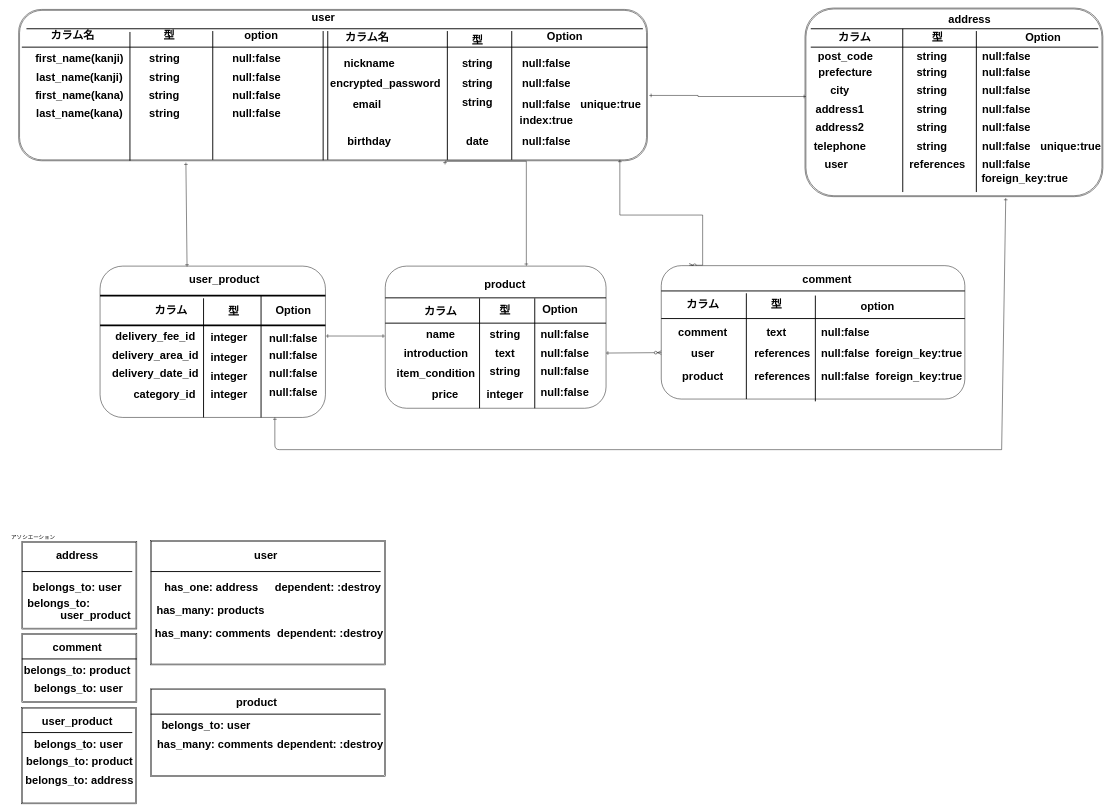
Before: test.dio in Kaneko-Yukihiro0117/furima-32413, a draw.io diagram. Source tidied: cells renumbered, new cells numbered last; positions are measured from the earlier drawing's top-left corner, leaving out a move shared by most shapes. Both pictures are drawn from the tidied source at 46%, with x=0, y=0 at pixel (8, 8).
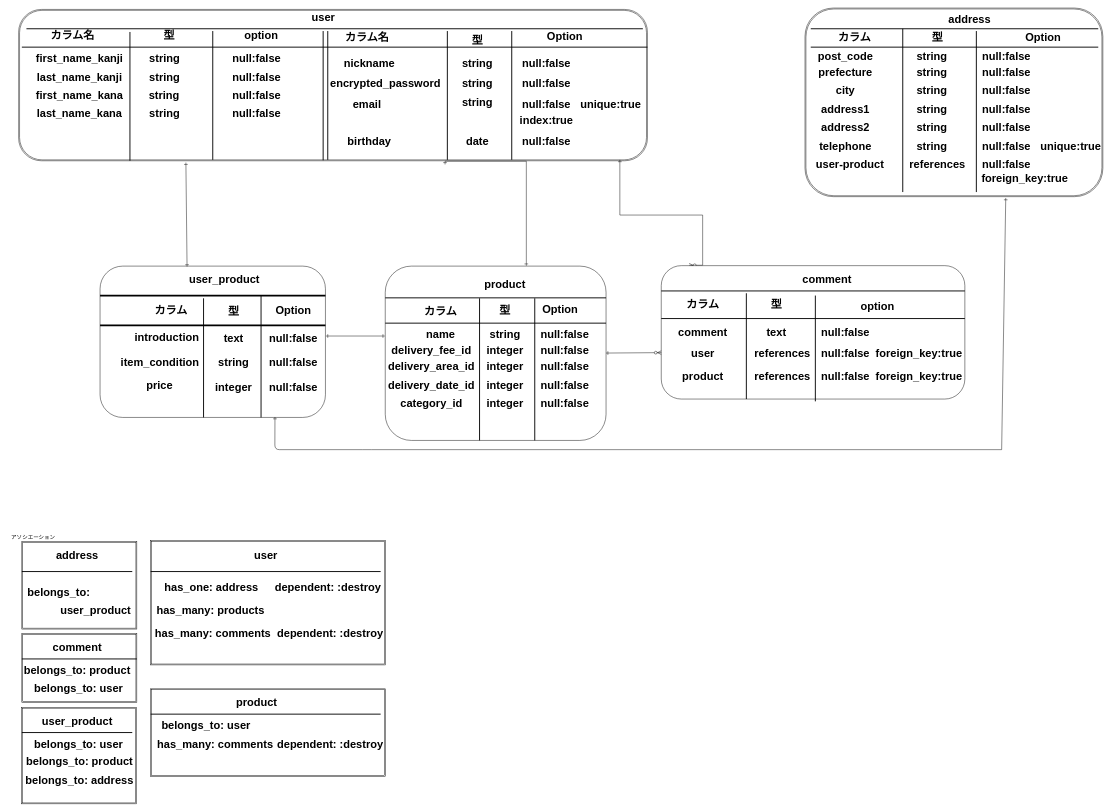
After the change.

The change refers to these unchanged cells:
```xml
<mxCell id="3" style="rounded=1;whiteSpace=wrap;html=1;" parent="1" vertex="1">
  <mxGeometry x="200" y="561" width="490" height="329" as="geometry" />
</mxCell>
<mxCell id="41" style="shape=ext;double=1;rounded=1;whiteSpace=wrap;html=1;" parent="1" vertex="1">
  <mxGeometry x="1732.5" width="647.5" height="410" as="geometry" />
</mxCell>
```

Diff of the diagram source:
```diff
@@
-    <mxCell id="7" value="first_name(kanji)" style="text;strokeColor=none;fillColor=none;html=1;fontSize=24;fontStyle=1;verticalAlign=middle;align=center;" parent="1" vertex="1">
+    <mxCell id="7" value="first_name_kanji" style="text;strokeColor=none;fillColor=none;html=1;fontSize=24;fontStyle=1;verticalAlign=middle;align=center;" parent="1" vertex="1">
       <mxGeometry x="50" y="90" width="210" height="40" as="geometry" />
     </mxCell>
-    <mxCell id="8" value="last_name(kanji)" style="text;strokeColor=none;fillColor=none;html=1;fontSize=24;fontStyle=1;verticalAlign=middle;align=center;" parent="1" vertex="1">
+    <mxCell id="8" value="last_name_kanji" style="text;strokeColor=none;fillColor=none;html=1;fontSize=24;fontStyle=1;verticalAlign=middle;align=center;" parent="1" vertex="1">
       <mxGeometry x="50" y="130" width="210" height="40" as="geometry" />
     </mxCell>
-    <mxCell id="9" value="first_name(kana)" style="text;strokeColor=none;fillColor=none;html=1;fontSize=24;fontStyle=1;verticalAlign=middle;align=center;" parent="1" vertex="1">
+    <mxCell id="9" value="first_name_kana" style="text;strokeColor=none;fillColor=none;html=1;fontSize=24;fontStyle=1;verticalAlign=middle;align=center;" parent="1" vertex="1">
       <mxGeometry x="100" y="170" width="110" height="40" as="geometry" />
     </mxCell>
-    <mxCell id="10" value="last_name(kana)" style="text;strokeColor=none;fillColor=none;html=1;fontSize=24;fontStyle=1;verticalAlign=middle;align=center;" parent="1" vertex="1">
+    <mxCell id="10" value="last_name_kana" style="text;strokeColor=none;fillColor=none;html=1;fontSize=24;fontStyle=1;verticalAlign=middle;align=center;" parent="1" vertex="1">
       <mxGeometry x="102.5" y="210" width="105" height="40" as="geometry" />
     </mxCell>
@@
-    <mxCell id="46" style="edgeStyle=orthogonalEdgeStyle;rounded=0;jettySize=auto;html=1;startArrow=ERone;startFill=0;exitX=0.003;exitY=0.469;exitDx=0;exitDy=0;exitPerimeter=0;endArrow=ERone;endFill=0;" parent="1" edge="1" source="41">
-      <mxGeometry relative="1" as="geometry">
-        <mxPoint x="1394" y="190" as="targetPoint" />
-        <Array as="points">
-          <mxPoint x="1500" y="192" />
-          <mxPoint x="1500" y="190" />
-        </Array>
-      </mxGeometry>
-    </mxCell>
     <mxCell id="47" value="city" style="text;strokeColor=none;fillColor=none;html=1;fontSize=24;fontStyle=1;verticalAlign=middle;align=center;" parent="1" vertex="1">
-      <mxGeometry x="1758" y="160" width="100" height="40" as="geometry" />
+      <mxGeometry x="1770" y="160" width="100" height="40" as="geometry" />
     </mxCell>
     <mxCell id="48" value="address1" style="text;strokeColor=none;fillColor=none;html=1;fontSize=24;fontStyle=1;verticalAlign=middle;align=center;" parent="1" vertex="1">
-      <mxGeometry x="1758" y="200" width="100" height="40" as="geometry" />
+      <mxGeometry x="1770" y="200" width="100" height="40" as="geometry" />
     </mxCell>
     <mxCell id="49" value="address2" style="text;strokeColor=none;fillColor=none;html=1;fontSize=24;fontStyle=1;verticalAlign=middle;align=center;" parent="1" vertex="1">
-      <mxGeometry x="1758" y="240" width="100" height="40" as="geometry" />
+      <mxGeometry x="1770" y="240" width="100" height="40" as="geometry" />
     </mxCell>
     <mxCell id="50" value="telephone" style="text;strokeColor=none;fillColor=none;html=1;fontSize=24;fontStyle=1;verticalAlign=middle;align=center;" parent="1" vertex="1">
-      <mxGeometry x="1758" y="280" width="100" height="40" as="geometry" />
+      <mxGeometry x="1770" y="280" width="100" height="40" as="geometry" />
     </mxCell>
@@
-    <mxCell id="59" value="user" style="text;strokeColor=none;fillColor=none;html=1;fontSize=24;fontStyle=1;verticalAlign=middle;align=center;" parent="1" vertex="1">
-      <mxGeometry x="1750" y="320" width="100" height="40" as="geometry" />
+    <mxCell id="59" value="user-product" style="text;strokeColor=none;fillColor=none;html=1;fontSize=24;fontStyle=1;verticalAlign=middle;align=center;" parent="1" vertex="1">
+      <mxGeometry x="1780" y="320" width="100" height="40" as="geometry" />
     </mxCell>
@@
     <mxCell id="67" style="rounded=1;whiteSpace=wrap;html=1;" parent="1" vertex="1">
-      <mxGeometry x="820" y="561" width="480" height="309" as="geometry" />
+      <mxGeometry x="820" y="561" width="480" height="379" as="geometry" />
     </mxCell>
@@
     <mxCell id="89" value="introduction" style="text;strokeColor=none;fillColor=none;html=1;fontSize=24;fontStyle=1;verticalAlign=middle;align=center;" parent="1" vertex="1">
-      <mxGeometry x="880" y="730" width="100" height="40" as="geometry" />
+      <mxGeometry x="295" y="695.5" width="100" height="40" as="geometry" />
     </mxCell>
     <mxCell id="90" value="item_condition" style="text;strokeColor=none;fillColor=none;html=1;fontSize=24;fontStyle=1;verticalAlign=middle;align=center;" parent="1" vertex="1">
-      <mxGeometry x="880" y="775" width="100" height="40" as="geometry" />
+      <mxGeometry x="280" y="750" width="100" height="40" as="geometry" />
     </mxCell>
     <mxCell id="91" value="category_id" style="text;strokeColor=none;fillColor=none;html=1;fontSize=24;fontStyle=1;verticalAlign=middle;align=center;" parent="1" vertex="1">
-      <mxGeometry x="290" y="820" width="100" height="40" as="geometry" />
+      <mxGeometry x="870" y="840" width="100" height="40" as="geometry" />
     </mxCell>
     <mxCell id="92" value="delivery_fee_id" style="text;strokeColor=none;fillColor=none;html=1;fontSize=24;fontStyle=1;verticalAlign=middle;align=center;" parent="1" vertex="1">
-      <mxGeometry x="270" y="695" width="100" height="40" as="geometry" />
+      <mxGeometry x="870" y="725" width="100" height="40" as="geometry" />
     </mxCell>
@@
     <mxCell id="94" value="delivery_area_id" style="text;strokeColor=none;fillColor=none;html=1;fontSize=24;fontStyle=1;verticalAlign=middle;align=center;" parent="1" vertex="1">
-      <mxGeometry x="270" y="735" width="100" height="40" as="geometry" />
+      <mxGeometry x="870" y="760" width="100" height="40" as="geometry" />
     </mxCell>
     <mxCell id="95" value="price" style="text;strokeColor=none;fillColor=none;html=1;fontSize=24;fontStyle=1;verticalAlign=middle;align=center;" parent="1" vertex="1">
-      <mxGeometry x="900" y="820" width="100" height="40" as="geometry" />
+      <mxGeometry x="279" y="800" width="100" height="40" as="geometry" />
     </mxCell>
     <mxCell id="96" style="line;strokeWidth=2;direction=south;html=1;" parent="1" vertex="1">
-      <mxGeometry x="1020" y="631" width="10" height="239" as="geometry" />
+      <mxGeometry x="1020" y="631" width="10" height="309" as="geometry" />
     </mxCell>
     <mxCell id="97" style="line;strokeWidth=2;direction=south;html=1;" parent="1" vertex="1">
-      <mxGeometry x="1140" y="631" width="10" height="239" as="geometry" />
+      <mxGeometry x="1140" y="631" width="10" height="309" as="geometry" />
     </mxCell>
@@
     <mxCell id="100" value="text" style="text;strokeColor=none;fillColor=none;html=1;fontSize=24;fontStyle=1;verticalAlign=middle;align=center;" parent="1" vertex="1">
-      <mxGeometry x="1030" y="730" width="100" height="40" as="geometry" />
+      <mxGeometry x="440" y="698" width="100" height="40" as="geometry" />
     </mxCell>
     <mxCell id="101" value="string" style="text;strokeColor=none;fillColor=none;html=1;fontSize=24;fontStyle=1;verticalAlign=middle;align=center;" parent="1" vertex="1">
-      <mxGeometry x="1030" y="770" width="100" height="40" as="geometry" />
+      <mxGeometry x="440" y="750" width="100" height="40" as="geometry" />
     </mxCell>
     <mxCell id="102" value="integer" style="text;strokeColor=none;fillColor=none;html=1;fontSize=24;fontStyle=1;verticalAlign=middle;align=center;" parent="1" vertex="1">
-      <mxGeometry x="1030" y="820" width="100" height="40" as="geometry" />
+      <mxGeometry x="440" y="805" width="100" height="40" as="geometry" />
     </mxCell>
@@
     <mxCell id="104" value="null:false" style="text;strokeColor=none;fillColor=none;html=1;fontSize=24;fontStyle=1;verticalAlign=middle;align=center;" parent="1" vertex="1">
-      <mxGeometry x="1160" y="730" width="100" height="40" as="geometry" />
+      <mxGeometry x="1160" y="725" width="100" height="40" as="geometry" />
     </mxCell>
     <mxCell id="105" value="null:false" style="text;strokeColor=none;fillColor=none;html=1;fontSize=24;fontStyle=1;verticalAlign=middle;align=center;" parent="1" vertex="1">
-      <mxGeometry x="570" y="780" width="100" height="30" as="geometry" />
+      <mxGeometry x="570" y="810" width="100" height="30" as="geometry" />
     </mxCell>
     <mxCell id="106" value="null:false" style="text;strokeColor=none;fillColor=none;html=1;fontSize=24;fontStyle=1;verticalAlign=middle;align=center;" parent="1" vertex="1">
-      <mxGeometry x="1160" y="770" width="100" height="40" as="geometry" />
+      <mxGeometry x="1160" y="760" width="100" height="40" as="geometry" />
     </mxCell>
     <mxCell id="107" value="null:false" style="text;strokeColor=none;fillColor=none;html=1;fontSize=24;fontStyle=1;verticalAlign=middle;align=center;" parent="1" vertex="1">
-      <mxGeometry x="570" y="735" width="100" height="40" as="geometry" />
+      <mxGeometry x="570" y="750" width="100" height="40" as="geometry" />
     </mxCell>
     <mxCell id="108" value="null:false" style="text;strokeColor=none;fillColor=none;html=1;fontSize=24;fontStyle=1;verticalAlign=middle;align=center;" parent="1" vertex="1">
-      <mxGeometry x="1160" y="815" width="100" height="40" as="geometry" />
+      <mxGeometry x="1160" y="840" width="100" height="40" as="geometry" />
     </mxCell>
@@
-    <mxCell id="121" value="belongs_to: user" style="text;strokeColor=none;fillColor=none;html=1;fontSize=24;fontStyle=1;verticalAlign=middle;align=center;" parent="1" vertex="1">
-      <mxGeometry x="100" y="1240" width="100" height="40" as="geometry" />
-    </mxCell>
@@
-    <mxCell id="149" value="integer" style="text;strokeColor=none;fillColor=none;html=1;fontSize=24;fontStyle=1;verticalAlign=middle;align=center;" parent="1" vertex="1">
-      <mxGeometry x="430" y="740" width="100" height="40" as="geometry" />
-    </mxCell>
     <mxCell id="150" value="integer" style="text;strokeColor=none;fillColor=none;html=1;fontSize=24;fontStyle=1;verticalAlign=middle;align=center;" parent="1" vertex="1">
-      <mxGeometry x="430" y="695.5" width="100" height="40" as="geometry" />
+      <mxGeometry x="1030" y="840" width="100" height="40" as="geometry" />
     </mxCell>
     <mxCell id="151" value="integer" style="text;strokeColor=none;fillColor=none;html=1;fontSize=24;fontStyle=1;verticalAlign=middle;align=center;" parent="1" vertex="1">
-      <mxGeometry x="430" y="780" width="100" height="40" as="geometry" />
+      <mxGeometry x="1030" y="725" width="100" height="40" as="geometry" />
     </mxCell>
     <mxCell id="152" value="integer" style="text;strokeColor=none;fillColor=none;html=1;fontSize=24;fontStyle=1;verticalAlign=middle;align=center;" parent="1" vertex="1">
-      <mxGeometry x="430" y="820" width="100" height="40" as="geometry" />
+      <mxGeometry x="1030" y="800" width="100" height="40" as="geometry" />
     </mxCell>
@@
     <mxCell id="157" value="delivery_date_id" style="text;strokeColor=none;fillColor=none;html=1;fontSize=24;fontStyle=1;verticalAlign=middle;align=center;" parent="1" vertex="1">
-      <mxGeometry x="270" y="775" width="100" height="40" as="geometry" />
+      <mxGeometry x="870" y="800" width="100" height="40" as="geometry" />
     </mxCell>
-    <mxCell id="158" value="null:false" style="text;strokeColor=none;fillColor=none;html=1;fontSize=24;fontStyle=1;verticalAlign=middle;align=center;" parent="1" vertex="1">
-      <mxGeometry x="570" y="815" width="100" height="40" as="geometry" />
-    </mxCell>
@@
-    <mxCell id="168" style="endArrow=ERone;html=1;entryX=-0.002;entryY=0.492;entryDx=0;entryDy=0;entryPerimeter=0;startArrow=ERone;startFill=0;endFill=0;" parent="1" edge="1" target="67">
+    <mxCell id="168" style="endArrow=ERone;html=1;startArrow=ERone;startFill=0;endFill=0;" parent="1" edge="1">
       <mxGeometry relative="1" as="geometry">
         <mxPoint x="691" y="713" as="sourcePoint" />
+        <mxPoint x="819" y="713" as="targetPoint" />
       </mxGeometry>
     </mxCell>
@@
-    <mxCell id="176" style="endArrow=ERone;html=1;endFill=0;" parent="1" edge="1">
-      <mxGeometry relative="1" as="geometry">
-        <mxPoint x="2160" y="960" as="sourcePoint" />
-        <mxPoint x="580" y="890" as="targetPoint" />
-        <Array as="points">
-          <mxPoint x="580" y="960" />
-        </Array>
-      </mxGeometry>
-    </mxCell>
     <mxCell id="177" value="belongs_to:" style="text;strokeColor=none;fillColor=none;html=1;fontSize=24;fontStyle=1;verticalAlign=middle;align=center;" parent="1" vertex="1">
-      <mxGeometry x="60" y="1275" width="100" height="40" as="geometry" />
+      <mxGeometry x="60" y="1250" width="100" height="40" as="geometry" />
     </mxCell>
     <mxCell id="178" value="user_product" style="text;strokeColor=none;fillColor=none;html=1;fontSize=24;fontStyle=1;verticalAlign=middle;align=center;" parent="1" vertex="1">
-      <mxGeometry x="140" y="1300" width="100" height="40" as="geometry" />
+      <mxGeometry x="140" y="1290" width="100" height="40" as="geometry" />
     </mxCell>
@@
+    <mxCell id="149" value="integer" style="text;strokeColor=none;fillColor=none;html=1;fontSize=24;fontStyle=1;verticalAlign=middle;align=center;" parent="1" vertex="1">
+      <mxGeometry x="1030" y="760" width="100" height="40" as="geometry" />
+    </mxCell>
+    <mxCell id="180" style="endArrow=ERone;html=1;endFill=0;entryX=0.776;entryY=0.997;entryDx=0;entryDy=0;entryPerimeter=0;" parent="1" edge="1" target="3">
+      <mxGeometry relative="1" as="geometry">
+        <mxPoint x="2160" y="960" as="sourcePoint" />
+        <Array as="points">
+          <mxPoint x="780" y="960" />
+          <mxPoint x="580" y="960" />
+        </Array>
+      </mxGeometry>
+    </mxCell>
+    <mxCell id="158" value="null:false" style="text;strokeColor=none;fillColor=none;html=1;fontSize=24;fontStyle=1;verticalAlign=middle;align=center;" parent="1" vertex="1">
+      <mxGeometry x="1160" y="800" width="100" height="40" as="geometry" />
+    </mxCell>
```
